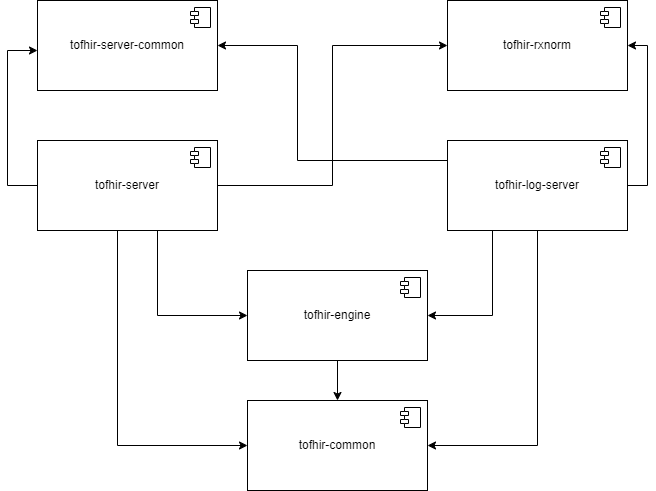
This is readme-assets/module-component-diagram.png from srdc/tofhir, a draw.io export, as it was before one commit. Source tidied: cells renumbered, new cells last; positions are measured from the earlier drawing's top-left corner, leaving out a move shared by most shapes. Its diagram source:
```xml
<mxGraphModel>
  <root>
    <mxCell id="0" />
    <mxCell id="1" parent="0" />
    <mxCell id="2" style="edgeStyle=orthogonalEdgeStyle;rounded=0;jettySize=auto;html=1;entryX=0.5;entryY=0;entryDx=0;entryDy=0;" parent="1" edge="1" source="3" target="5">
      <mxGeometry relative="1" as="geometry" />
    </mxCell>
    <mxCell id="3" value="tofhir-engine" style="html=1;whiteSpace=wrap;" parent="1" vertex="1">
      <mxGeometry x="240" y="270" width="180" height="90" as="geometry" />
    </mxCell>
    <mxCell id="4" style="shape=module;jettyWidth=8;jettyHeight=4;" parent="3" vertex="1">
      <mxGeometry x="1" width="20" height="20" relative="1" as="geometry">
        <mxPoint x="-27" y="7" as="offset" />
      </mxGeometry>
    </mxCell>
    <mxCell id="5" value="tofhir-common" style="html=1;whiteSpace=wrap;" parent="1" vertex="1">
      <mxGeometry x="240" y="400" width="180" height="90" as="geometry" />
    </mxCell>
    <mxCell id="6" style="shape=module;jettyWidth=8;jettyHeight=4;" parent="5" vertex="1">
      <mxGeometry x="1" width="20" height="20" relative="1" as="geometry">
        <mxPoint x="-27" y="7" as="offset" />
      </mxGeometry>
    </mxCell>
    <mxCell id="7" value="tofhir-rxnorm" style="html=1;whiteSpace=wrap;" parent="1" vertex="1">
      <mxGeometry x="440" width="180" height="90" as="geometry" />
    </mxCell>
    <mxCell id="8" style="shape=module;jettyWidth=8;jettyHeight=4;" parent="7" vertex="1">
      <mxGeometry x="1" width="20" height="20" relative="1" as="geometry">
        <mxPoint x="-27" y="7" as="offset" />
      </mxGeometry>
    </mxCell>
    <mxCell id="9" style="edgeStyle=orthogonalEdgeStyle;rounded=0;jettySize=auto;html=1;entryX=0;entryY=0.5;entryDx=0;entryDy=0;" parent="1" edge="1" source="13" target="5">
      <mxGeometry relative="1" as="geometry">
        <Array as="points">
          <mxPoint x="110" y="445" />
        </Array>
      </mxGeometry>
    </mxCell>
    <mxCell id="10" style="edgeStyle=orthogonalEdgeStyle;rounded=0;jettySize=auto;html=1;entryX=0;entryY=0.5;entryDx=0;entryDy=0;" parent="1" edge="1" source="13" target="3">
      <mxGeometry relative="1" as="geometry">
        <Array as="points">
          <mxPoint x="150" y="315" />
        </Array>
      </mxGeometry>
    </mxCell>
    <mxCell id="11" style="edgeStyle=orthogonalEdgeStyle;rounded=0;jettySize=auto;html=1;" parent="1" edge="1" source="13" target="15">
      <mxGeometry relative="1" as="geometry">
        <Array as="points">
          <mxPoint y="185" />
          <mxPoint y="50" />
        </Array>
      </mxGeometry>
    </mxCell>
    <mxCell id="12" style="edgeStyle=orthogonalEdgeStyle;rounded=0;jettySize=auto;html=1;entryX=0;entryY=0.5;entryDx=0;entryDy=0;" parent="1" edge="1" source="13" target="7">
      <mxGeometry relative="1" as="geometry" />
    </mxCell>
    <mxCell id="13" value="tofhir-server" style="html=1;whiteSpace=wrap;" parent="1" vertex="1">
      <mxGeometry x="30" y="140" width="180" height="90" as="geometry" />
    </mxCell>
    <mxCell id="14" style="shape=module;jettyWidth=8;jettyHeight=4;" parent="13" vertex="1">
      <mxGeometry x="1" width="20" height="20" relative="1" as="geometry">
        <mxPoint x="-27" y="7" as="offset" />
      </mxGeometry>
    </mxCell>
    <mxCell id="15" value="tofhir-server-common" style="html=1;whiteSpace=wrap;" parent="1" vertex="1">
      <mxGeometry x="30" width="180" height="90" as="geometry" />
    </mxCell>
    <mxCell id="16" style="shape=module;jettyWidth=8;jettyHeight=4;" parent="15" vertex="1">
      <mxGeometry x="1" width="20" height="20" relative="1" as="geometry">
        <mxPoint x="-27" y="7" as="offset" />
      </mxGeometry>
    </mxCell>
    <mxCell id="17" style="edgeStyle=orthogonalEdgeStyle;rounded=0;jettySize=auto;html=1;exitX=0.25;exitY=1;exitDx=0;exitDy=0;entryX=1;entryY=0.5;entryDx=0;entryDy=0;" parent="1" edge="1" source="21" target="3">
      <mxGeometry relative="1" as="geometry" />
    </mxCell>
    <mxCell id="18" style="edgeStyle=orthogonalEdgeStyle;rounded=0;jettySize=auto;html=1;entryX=1;entryY=0.5;entryDx=0;entryDy=0;" parent="1" edge="1" source="21" target="5">
      <mxGeometry relative="1" as="geometry">
        <Array as="points">
          <mxPoint x="530" y="445" />
        </Array>
      </mxGeometry>
    </mxCell>
    <mxCell id="19" style="edgeStyle=orthogonalEdgeStyle;rounded=0;jettySize=auto;html=1;entryX=1;entryY=0.5;entryDx=0;entryDy=0;" parent="1" edge="1" source="21" target="7">
      <mxGeometry relative="1" as="geometry">
        <Array as="points">
          <mxPoint x="640" y="185" />
          <mxPoint x="640" y="45" />
        </Array>
      </mxGeometry>
    </mxCell>
    <mxCell id="20" style="edgeStyle=orthogonalEdgeStyle;rounded=0;jettySize=auto;html=1;entryX=1;entryY=0.5;entryDx=0;entryDy=0;" parent="1" edge="1" source="21" target="15">
      <mxGeometry relative="1" as="geometry">
        <Array as="points">
          <mxPoint x="290" y="160" />
          <mxPoint x="290" y="45" />
        </Array>
      </mxGeometry>
    </mxCell>
    <mxCell id="21" value="tofhir-log-server" style="html=1;whiteSpace=wrap;" parent="1" vertex="1">
      <mxGeometry x="440" y="140" width="180" height="90" as="geometry" />
    </mxCell>
    <mxCell id="22" style="shape=module;jettyWidth=8;jettyHeight=4;" parent="21" vertex="1">
      <mxGeometry x="1" width="20" height="20" relative="1" as="geometry">
        <mxPoint x="-27" y="7" as="offset" />
      </mxGeometry>
    </mxCell>
  </root>
</mxGraphModel>
```
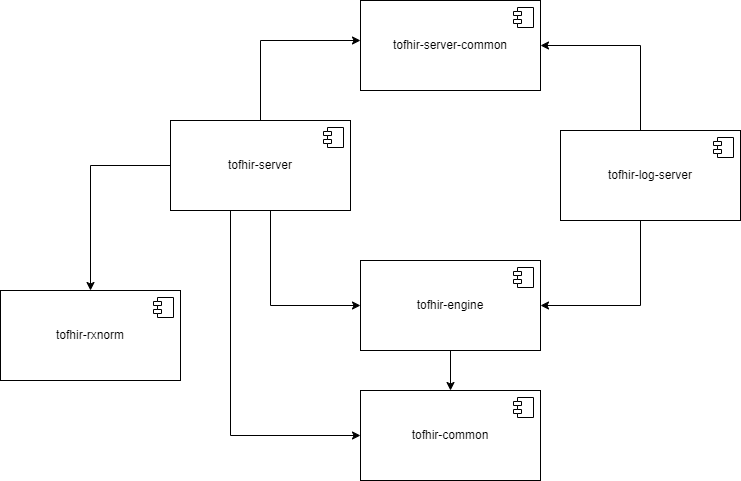
After the change.

Commit message:
:recycle: refactor: Remove redundant dependencies from tofhir-log-server module

What changed in the source:
```diff
@@ -22,7 +22,7 @@
       </mxGeometry>
     </mxCell>
     <mxCell id="7" value="tofhir-rxnorm" style="html=1;whiteSpace=wrap;" parent="1" vertex="1">
-      <mxGeometry x="440" width="180" height="90" as="geometry" />
+      <mxGeometry x="-120" y="300" width="180" height="90" as="geometry" />
     </mxCell>
     <mxCell id="8" style="shape=module;jettyWidth=8;jettyHeight=4;" parent="7" vertex="1">
       <mxGeometry x="1" width="20" height="20" relative="1" as="geometry">
@@ -46,16 +46,19 @@
     <mxCell id="11" style="edgeStyle=orthogonalEdgeStyle;rounded=0;jettySize=auto;html=1;" parent="1" edge="1" source="13" target="15">
       <mxGeometry relative="1" as="geometry">
         <Array as="points">
-          <mxPoint y="185" />
-          <mxPoint y="50" />
+          <mxPoint x="140" y="50" />
         </Array>
       </mxGeometry>
     </mxCell>
-    <mxCell id="12" style="edgeStyle=orthogonalEdgeStyle;rounded=0;jettySize=auto;html=1;entryX=0;entryY=0.5;entryDx=0;entryDy=0;" parent="1" edge="1" source="13" target="7">
-      <mxGeometry relative="1" as="geometry" />
+    <mxCell id="12" style="edgeStyle=orthogonalEdgeStyle;rounded=0;jettySize=auto;html=1;" parent="1" edge="1" source="13" target="7">
+      <mxGeometry relative="1" as="geometry">
+        <Array as="points">
+          <mxPoint x="-30" y="175" />
+        </Array>
+      </mxGeometry>
     </mxCell>
     <mxCell id="13" value="tofhir-server" style="html=1;whiteSpace=wrap;" parent="1" vertex="1">
-      <mxGeometry x="30" y="140" width="180" height="90" as="geometry" />
+      <mxGeometry x="50" y="130" width="180" height="90" as="geometry" />
     </mxCell>
     <mxCell id="14" style="shape=module;jettyWidth=8;jettyHeight=4;" parent="13" vertex="1">
       <mxGeometry x="1" width="20" height="20" relative="1" as="geometry">
@@ -63,7 +66,7 @@
       </mxGeometry>
     </mxCell>
     <mxCell id="15" value="tofhir-server-common" style="html=1;whiteSpace=wrap;" parent="1" vertex="1">
-      <mxGeometry x="30" width="180" height="90" as="geometry" />
+      <mxGeometry x="240" y="10" width="180" height="90" as="geometry" />
     </mxCell>
     <mxCell id="16" style="shape=module;jettyWidth=8;jettyHeight=4;" parent="15" vertex="1">
       <mxGeometry x="1" width="20" height="20" relative="1" as="geometry">
@@ -71,28 +74,17 @@
       </mxGeometry>
     </mxCell>
     <mxCell id="17" style="edgeStyle=orthogonalEdgeStyle;rounded=0;jettySize=auto;html=1;exitX=0.25;exitY=1;exitDx=0;exitDy=0;entryX=1;entryY=0.5;entryDx=0;entryDy=0;" parent="1" edge="1" source="21" target="3">
-      <mxGeometry relative="1" as="geometry" />
+      <mxGeometry relative="1" as="geometry">
+        <Array as="points">
+          <mxPoint x="520" y="230" />
+          <mxPoint x="520" y="315" />
+        </Array>
+      </mxGeometry>
     </mxCell>
-    <mxCell id="18" style="edgeStyle=orthogonalEdgeStyle;rounded=0;jettySize=auto;html=1;entryX=1;entryY=0.5;entryDx=0;entryDy=0;" parent="1" edge="1" source="21" target="5">
-      <mxGeometry relative="1" as="geometry">
-        <Array as="points">
-          <mxPoint x="530" y="445" />
-        </Array>
-      </mxGeometry>
-    </mxCell>
-    <mxCell id="19" style="edgeStyle=orthogonalEdgeStyle;rounded=0;jettySize=auto;html=1;entryX=1;entryY=0.5;entryDx=0;entryDy=0;" parent="1" edge="1" source="21" target="7">
-      <mxGeometry relative="1" as="geometry">
-        <Array as="points">
-          <mxPoint x="640" y="185" />
-          <mxPoint x="640" y="45" />
-        </Array>
-      </mxGeometry>
-    </mxCell>
     <mxCell id="20" style="edgeStyle=orthogonalEdgeStyle;rounded=0;jettySize=auto;html=1;entryX=1;entryY=0.5;entryDx=0;entryDy=0;" parent="1" edge="1" source="21" target="15">
       <mxGeometry relative="1" as="geometry">
         <Array as="points">
-          <mxPoint x="290" y="160" />
-          <mxPoint x="290" y="45" />
+          <mxPoint x="520" y="55" />
         </Array>
       </mxGeometry>
     </mxCell>
```
